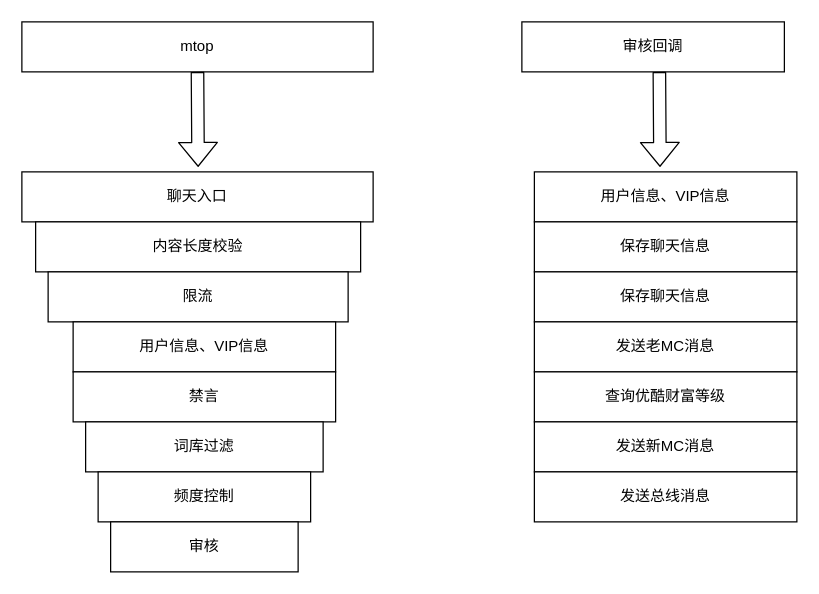
The draw.io diagram chat.drawio in 839284824/MyBlog, before the edit. Source tidied: cells renumbered, new cells numbered last; positions are measured from the earlier drawing's top-left corner, leaving out a move shared by most shapes. Both pictures are drawn from the tidied source at 125%, with x=0, y=0 at pixel (21, 21).
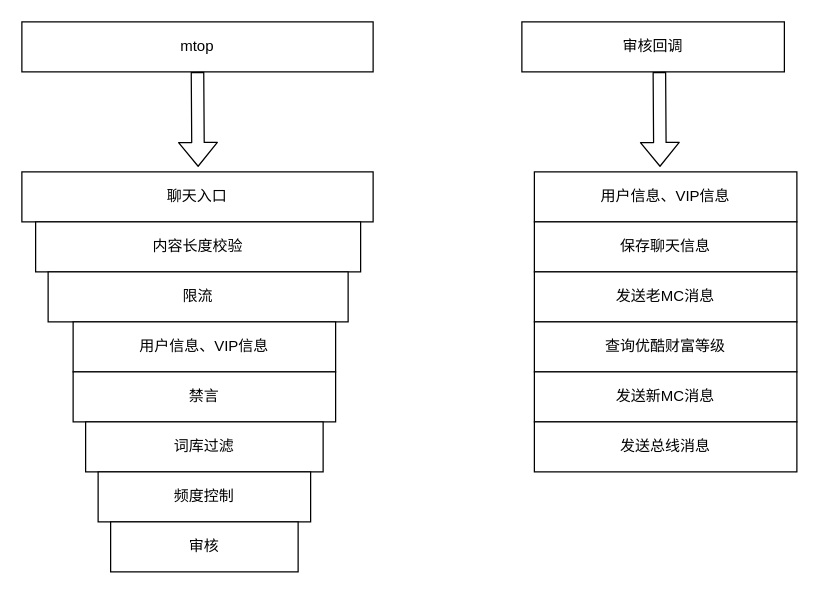
The same page after the edit.

What changed in the source:
```diff
@@
-    <mxCell id="15" value="保存聊天信息" style="rounded=0;whiteSpace=wrap;html=1;" parent="1" vertex="1">
-      <mxGeometry x="410" y="200" width="210" height="40" as="geometry" />
-    </mxCell>
     <mxCell id="16" value="发送老MC消息" style="rounded=0;whiteSpace=wrap;html=1;" parent="1" vertex="1">
-      <mxGeometry x="410" y="240" width="210" height="40" as="geometry" />
+      <mxGeometry x="410" y="200" width="210" height="40" as="geometry" />
     </mxCell>
     <mxCell id="17" value="查询优酷财富等级" style="rounded=0;whiteSpace=wrap;html=1;" parent="1" vertex="1">
-      <mxGeometry x="410" y="280" width="210" height="40" as="geometry" />
+      <mxGeometry x="410" y="240" width="210" height="40" as="geometry" />
     </mxCell>
     <mxCell id="18" value="发送新MC消息" style="rounded=0;whiteSpace=wrap;html=1;" parent="1" vertex="1">
-      <mxGeometry x="410" y="320" width="210" height="40" as="geometry" />
+      <mxGeometry x="410" y="280" width="210" height="40" as="geometry" />
     </mxCell>
@@
     <mxCell id="20" value="发送总线消息" style="rounded=0;whiteSpace=wrap;html=1;" parent="1" vertex="1">
-      <mxGeometry x="410" y="360" width="210" height="40" as="geometry" />
+      <mxGeometry x="410" y="320" width="210" height="40" as="geometry" />
     </mxCell>
```
